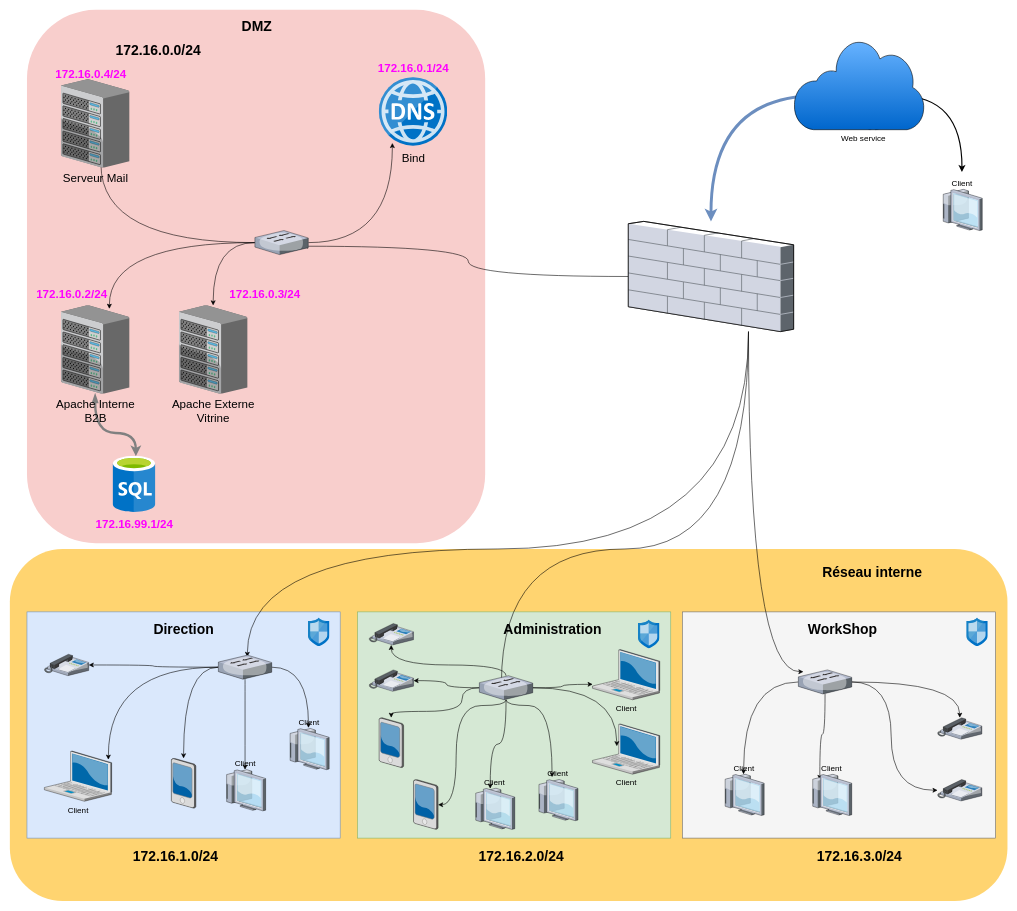
Before: documents/SchémaLogique.drawio in Frodon001/2tl2AdminGr9, a draw.io diagram. Source tidied: cells renumbered, new cells numbered last; positions are measured from the earlier drawing's top-left corner, leaving out a move shared by most shapes. Both pictures are drawn from the tidied source at 58%, with x=0, y=0 at pixel (9, 9).
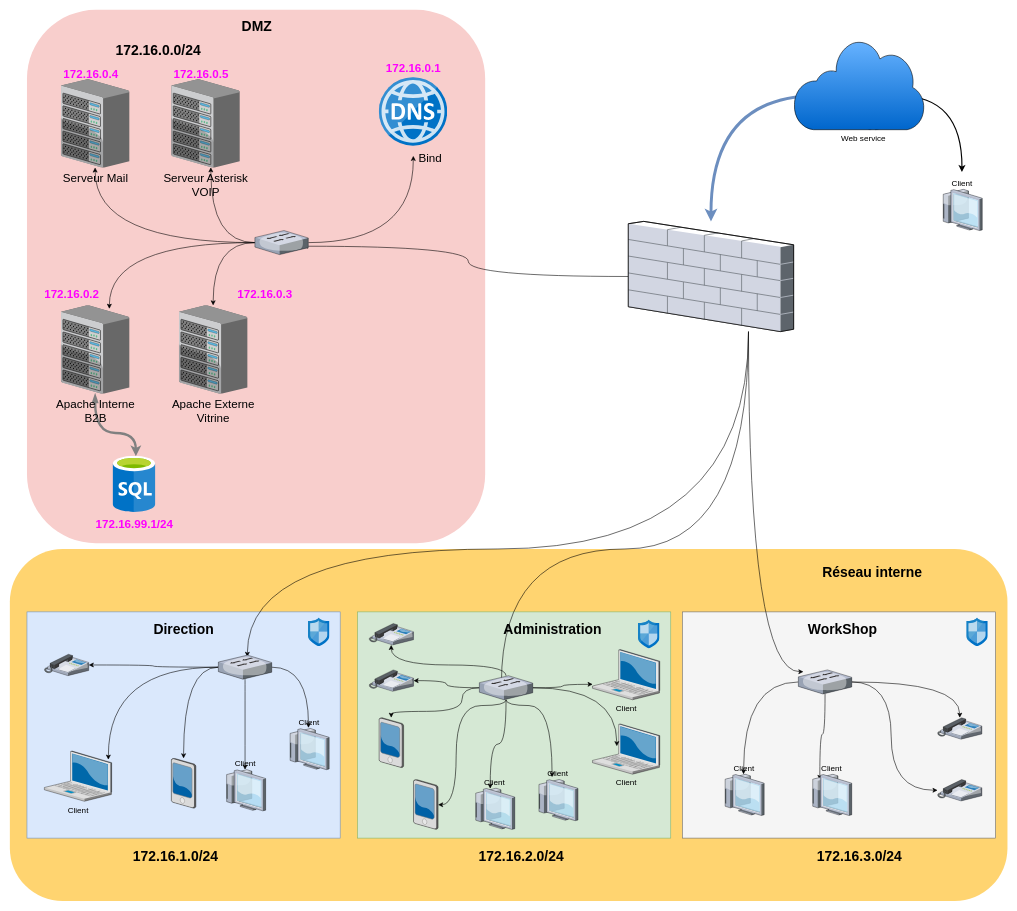
After the change.

Commit message (it also covers changes not shown here):
début voip

Unchanged cells that the change refers to:
```xml
<mxCell id="9" value="&lt;font style=&quot;font-size: 20px&quot;&gt;&lt;br style=&quot;font-size: 20px&quot;&gt;&lt;/font&gt;" style="html=1;points=[];align=center;image;fontSize=20;image=img/lib/mscae/DNS.svg;fontFamily=Helvetica;fontColor=#000000;fillColor=#66B2FF;gradientColor=#0066CC;" parent="1" vertex="1">
  <mxGeometry x="637.1" y="100" width="118" height="152.3" as="geometry" />
</mxCell>
<mxCell id="65" style="verticalLabelPosition=bottom;html=1;verticalAlign=top;strokeColor=none;shape=mxgraph.citrix.switch;fillColor=#66B2FF;gradientColor=#0066CC;fontSize=14;" parent="1" vertex="1">
  <mxGeometry x="423" y="381" width="92" height="41.5" as="geometry" />
</mxCell>
<mxCell id="80" value="Serveur Mail" style="verticalLabelPosition=bottom;html=1;verticalAlign=top;strokeColor=none;shape=mxgraph.citrix.chassis;fillColor=#66B2FF;gradientColor=#0066CC;fontSize=20;" parent="1" vertex="1">
  <mxGeometry x="88.5" y="120" width="118" height="152.3" as="geometry" />
</mxCell>
```

Diff of the diagram source:
```diff
@@
+    <mxCell id="83" style="edgeStyle=orthogonalEdgeStyle;rounded=0;jettySize=auto;html=1;entryX=0.578;entryY=0.998;entryDx=0;entryDy=0;entryPerimeter=0;curved=1;" parent="1" edge="1" source="65" target="84">
+      <mxGeometry relative="1" as="geometry" />
+    </mxCell>
+    <mxCell id="64" style="edgeStyle=orthogonalEdgeStyle;curved=1;rounded=0;jettySize=auto;html=1;" parent="1" edge="1" source="65" target="80">
+      <mxGeometry relative="1" as="geometry" />
+    </mxCell>
-    <mxCell id="63" style="edgeStyle=orthogonalEdgeStyle;curved=1;rounded=0;jumpSize=8;jettySize=auto;html=1;entryX=0.194;entryY=0.854;entryDx=0;entryDy=0;entryPerimeter=0;shadow=0;startArrow=none;startFill=0;strokeColor=#000000;strokeWidth=1;fontSize=20;fontColor=none;" parent="1" edge="1" source="65" target="9">
+    <mxCell id="63" style="edgeStyle=orthogonalEdgeStyle;curved=1;rounded=0;jettySize=auto;html=1;" parent="1" edge="1" source="65" target="9">
       <mxGeometry relative="1" as="geometry" />
     </mxCell>
-    <mxCell id="64" style="edgeStyle=orthogonalEdgeStyle;rounded=0;jettySize=auto;html=1;entryX=0.585;entryY=0.919;entryDx=0;entryDy=0;entryPerimeter=0;curved=1;" parent="1" edge="1" source="65" target="80">
-      <mxGeometry relative="1" as="geometry" />
-    </mxCell>
@@
     <mxCell id="68" value="Bind" style="text;html=1;align=center;verticalAlign=middle;fontSize=20;" parent="1" vertex="1">
-      <mxGeometry x="666.1" y="240" width="60" height="30" as="geometry" />
+      <mxGeometry x="695.1" y="240" width="60" height="30" as="geometry" />
     </mxCell>
@@
-    <mxCell id="76" value="172.16.0.1/24" style="text;strokeColor=none;fillColor=none;html=1;fontSize=20;fontStyle=1;verticalAlign=middle;align=center;fontColor=#FF00FF;" parent="1" vertex="1">
+    <mxCell id="76" value="172.16.0.1" style="text;strokeColor=none;fillColor=none;html=1;fontSize=20;fontStyle=1;verticalAlign=middle;align=center;fontColor=#FF00FF;" parent="1" vertex="1">
       <mxGeometry x="596.1" y="80" width="200" height="40" as="geometry" />
     </mxCell>
-    <mxCell id="77" value="172.16.0.2/24" style="text;strokeColor=none;fillColor=none;html=1;fontSize=20;fontStyle=1;verticalAlign=middle;align=center;fontColor=#FF00FF;" parent="1" vertex="1">
+    <mxCell id="77" value="172.16.0.2" style="text;strokeColor=none;fillColor=none;html=1;fontSize=20;fontStyle=1;verticalAlign=middle;align=center;fontColor=#FF00FF;" parent="1" vertex="1">
       <mxGeometry x="6.5" y="470" width="200" height="40" as="geometry" />
     </mxCell>
-    <mxCell id="78" value="172.16.0.3/24" style="text;strokeColor=none;fillColor=none;html=1;fontSize=20;fontStyle=1;verticalAlign=middle;align=center;fontColor=#FF00FF;" parent="1" vertex="1">
+    <mxCell id="78" value="172.16.0.3" style="text;strokeColor=none;fillColor=none;html=1;fontSize=20;fontStyle=1;verticalAlign=middle;align=center;fontColor=#FF00FF;" parent="1" vertex="1">
       <mxGeometry x="340" y="470" width="200" height="40" as="geometry" />
     </mxCell>
@@
-    <mxCell id="81" value="172.16.0.4/24" style="text;strokeColor=none;fillColor=none;html=1;fontSize=20;fontStyle=1;verticalAlign=middle;align=center;fontColor=#FF00FF;" parent="1" vertex="1">
+    <mxCell id="81" value="172.16.0.4" style="text;strokeColor=none;fillColor=none;html=1;fontSize=20;fontStyle=1;verticalAlign=middle;align=center;fontColor=#FF00FF;" parent="1" vertex="1">
       <mxGeometry x="40" y="90" width="200" height="40" as="geometry" />
     </mxCell>
@@
+    <mxCell id="84" value="Serveur Asterisk&lt;br&gt;VOIP" style="verticalLabelPosition=bottom;html=1;verticalAlign=top;strokeColor=none;shape=mxgraph.citrix.chassis;fillColor=#66B2FF;gradientColor=#0066CC;fontSize=20;" parent="1" vertex="1">
+      <mxGeometry x="278.8" y="120" width="118" height="152.3" as="geometry" />
+    </mxCell>
+    <mxCell id="85" value="172.16.0.5" style="text;strokeColor=none;fillColor=none;html=1;fontSize=20;fontStyle=1;verticalAlign=middle;align=center;fontColor=#FF00FF;" parent="1" vertex="1">
+      <mxGeometry x="230" y="90" width="200" height="40" as="geometry" />
+    </mxCell>
```
